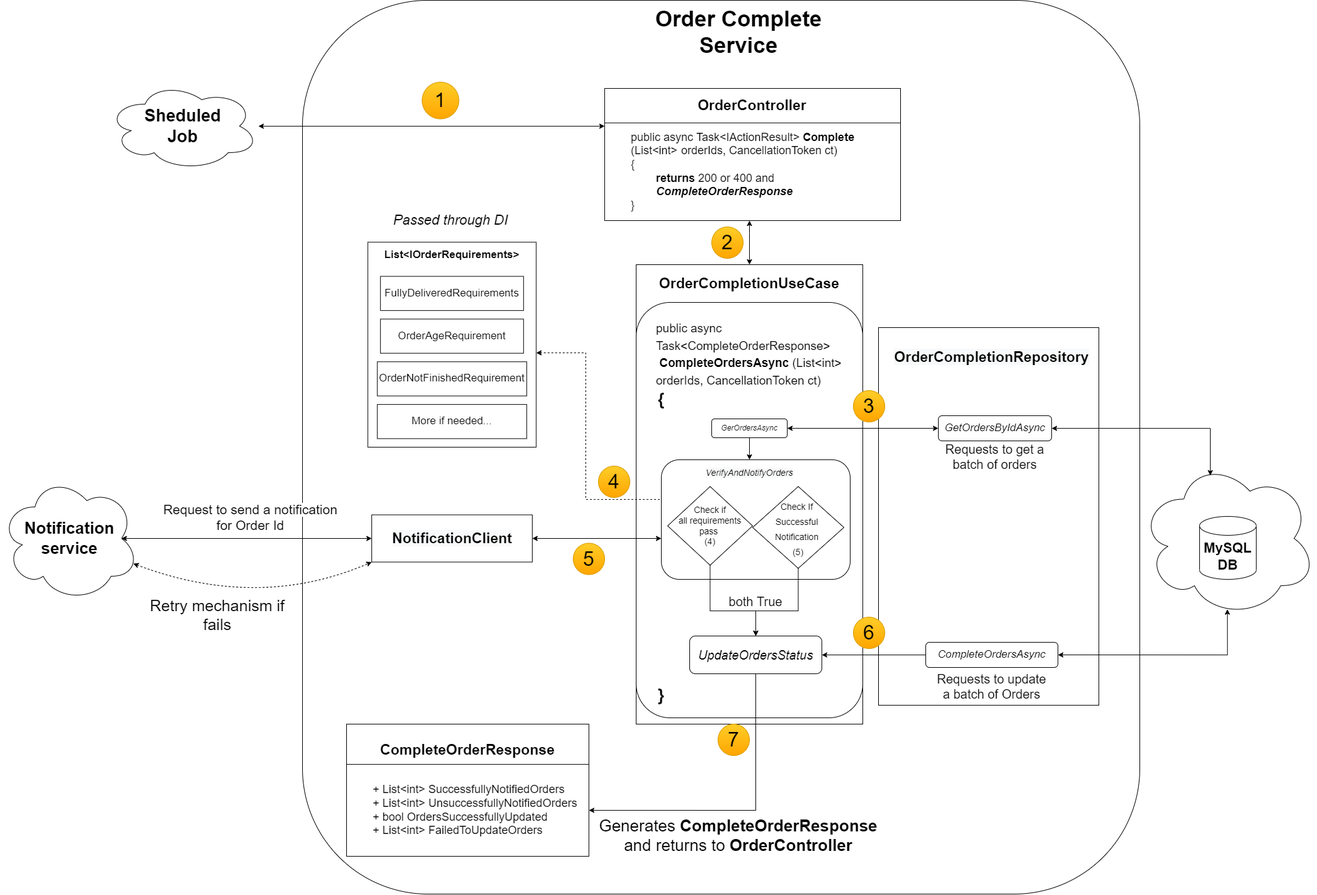
Before: happy path overview service.drawio.png, a diagram exported from draw.io (LyudmilPashayanov/OrderCompletionCoolblue). Source tidied: cells renumbered, new cells last; positions are measured from the earlier drawing's top-left corner, leaving out a move shared by most shapes.
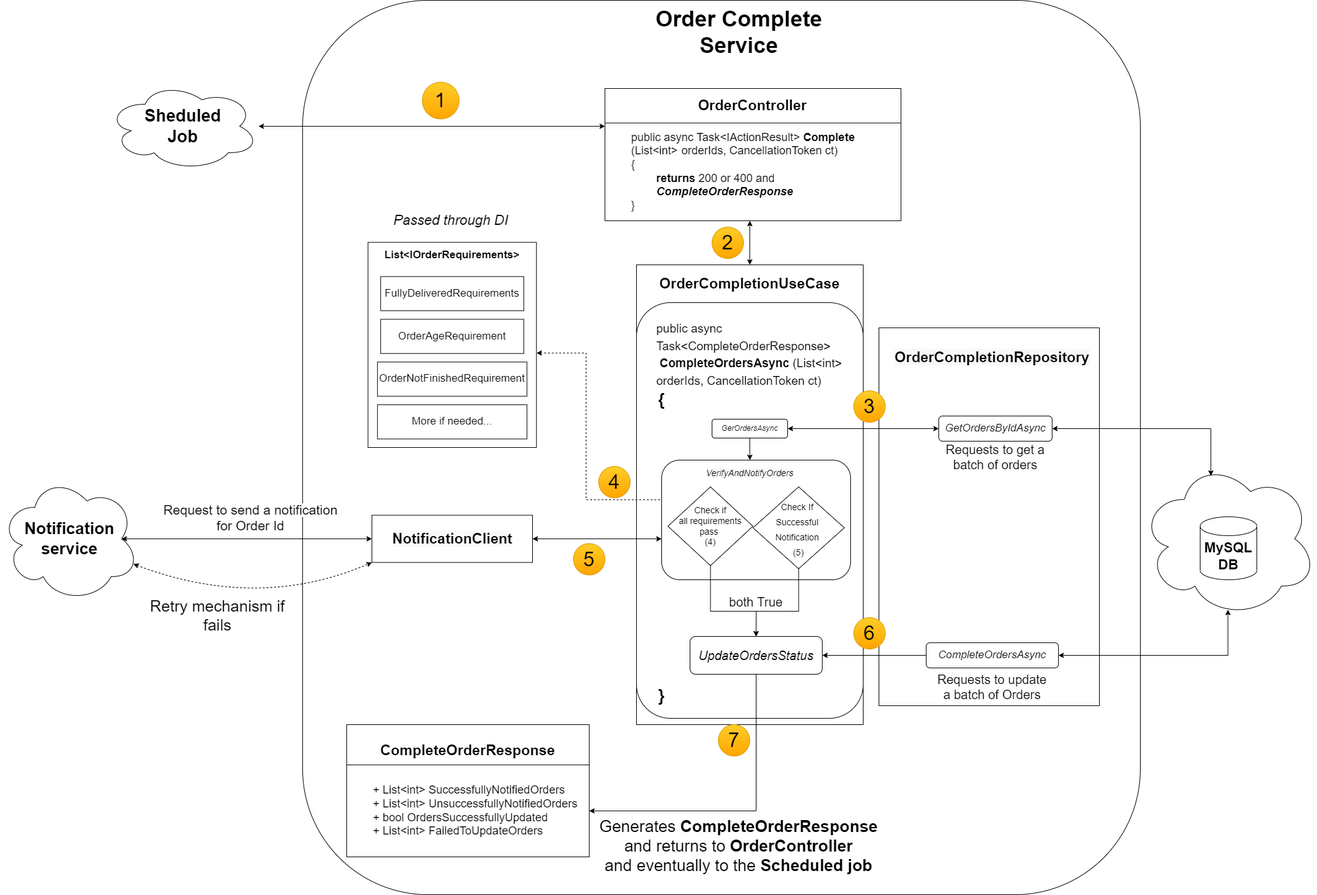
The same diagram one commit later.

Change to the diagram source:
```diff
@@ -181,7 +181,7 @@
     <mxCell id="45" value="&lt;font style=&quot;font-size: 32px;&quot;&gt;3&lt;/font&gt;" style="ellipse;whiteSpace=wrap;html=1;shadow=0;dashed=0;strokeColor=#d79b00;fontFamily=Helvetica;fontSize=14;fillColor=#ffcd28;gradientColor=#ffa500;" parent="1" vertex="1">
       <mxGeometry x="1355" y="620" width="50" height="50" as="geometry" />
     </mxCell>
-    <mxCell id="46" value="&lt;font style=&quot;font-size: 26px;&quot;&gt;&lt;span style=&quot;color: rgb(0, 0, 0); font-family: Helvetica; font-style: normal; font-variant-ligatures: normal; font-variant-caps: normal; font-weight: 400; letter-spacing: normal; orphans: 2; text-indent: 0px; text-transform: none; widows: 2; word-spacing: 0px; -webkit-text-stroke-width: 0px; background-color: rgb(255, 255, 255); text-decoration-thickness: initial; text-decoration-style: initial; text-decoration-color: initial; float: none; font-size: 26px; display: inline !important;&quot;&gt;Generates &lt;/span&gt;&lt;span style=&quot;color: rgb(0, 0, 0); font-family: Helvetica; font-style: normal; font-variant-ligatures: normal; font-variant-caps: normal; letter-spacing: normal; orphans: 2; text-indent: 0px; text-transform: none; widows: 2; word-spacing: 0px; -webkit-text-stroke-width: 0px; background-color: rgb(255, 255, 255); text-decoration-thickness: initial; text-decoration-style: initial; text-decoration-color: initial; float: none; font-size: 26px; display: inline !important;&quot;&gt;&lt;b style=&quot;font-size: 26px;&quot;&gt;CompleteOrderResponse&lt;/b&gt;&lt;br style=&quot;font-size: 26px;&quot;&gt;and returns to &lt;/span&gt;&lt;span style=&quot;color: rgb(0, 0, 0); font-family: Helvetica; font-style: normal; font-variant-ligatures: normal; font-variant-caps: normal; letter-spacing: normal; orphans: 2; text-indent: 0px; text-transform: none; widows: 2; word-spacing: 0px; -webkit-text-stroke-width: 0px; background-color: rgb(255, 255, 255); text-decoration-thickness: initial; text-decoration-style: initial; text-decoration-color: initial; float: none; font-size: 26px; display: inline !important;&quot;&gt;&lt;b style=&quot;font-size: 26px;&quot;&gt;OrderController&lt;/b&gt;&lt;/span&gt;&lt;/font&gt;" style="text;whiteSpace=wrap;html=1;fontSize=26;fontFamily=Helvetica;fontColor=default;align=center;" parent="1" vertex="1">
+    <mxCell id="46" value="&lt;font style=&quot;font-size: 26px;&quot;&gt;&lt;span style=&quot;color: rgb(0, 0, 0); font-family: Helvetica; font-style: normal; font-variant-ligatures: normal; font-variant-caps: normal; font-weight: 400; letter-spacing: normal; orphans: 2; text-indent: 0px; text-transform: none; widows: 2; word-spacing: 0px; -webkit-text-stroke-width: 0px; background-color: rgb(255, 255, 255); text-decoration-thickness: initial; text-decoration-style: initial; text-decoration-color: initial; float: none; font-size: 26px; display: inline !important;&quot;&gt;Generates &lt;/span&gt;&lt;span style=&quot;color: rgb(0, 0, 0); font-family: Helvetica; font-style: normal; font-variant-ligatures: normal; font-variant-caps: normal; letter-spacing: normal; orphans: 2; text-indent: 0px; text-transform: none; widows: 2; word-spacing: 0px; -webkit-text-stroke-width: 0px; background-color: rgb(255, 255, 255); text-decoration-thickness: initial; text-decoration-style: initial; text-decoration-color: initial; float: none; font-size: 26px; display: inline !important;&quot;&gt;&lt;b style=&quot;font-size: 26px;&quot;&gt;CompleteOrderResponse&lt;/b&gt;&lt;br style=&quot;font-size: 26px;&quot;&gt;and returns to &lt;/span&gt;&lt;span style=&quot;color: rgb(0, 0, 0); font-family: Helvetica; font-style: normal; font-variant-ligatures: normal; font-variant-caps: normal; letter-spacing: normal; orphans: 2; text-indent: 0px; text-transform: none; widows: 2; word-spacing: 0px; -webkit-text-stroke-width: 0px; background-color: rgb(255, 255, 255); text-decoration-thickness: initial; text-decoration-style: initial; text-decoration-color: initial; float: none; font-size: 26px; display: inline !important;&quot;&gt;&lt;span style=&quot;font-size: 26px;&quot;&gt;&lt;b&gt;OrderController&lt;/b&gt;&lt;br&gt;and eventually to the &lt;b&gt;Scheduled job&lt;/b&gt;&lt;br&gt;&lt;/span&gt;&lt;/span&gt;&lt;/font&gt;" style="text;whiteSpace=wrap;html=1;fontSize=26;fontFamily=Helvetica;fontColor=default;align=center;" parent="1" vertex="1">
       <mxGeometry x="935" y="1290" width="475" height="60" as="geometry" />
     </mxCell>
     <mxCell id="47" value="&lt;font style=&quot;font-size: 32px;&quot;&gt;7&lt;/font&gt;" style="ellipse;whiteSpace=wrap;html=1;shadow=0;dashed=0;strokeColor=#d79b00;fontFamily=Helvetica;fontSize=14;fillColor=#ffcd28;gradientColor=#ffa500;" parent="1" vertex="1">
```
